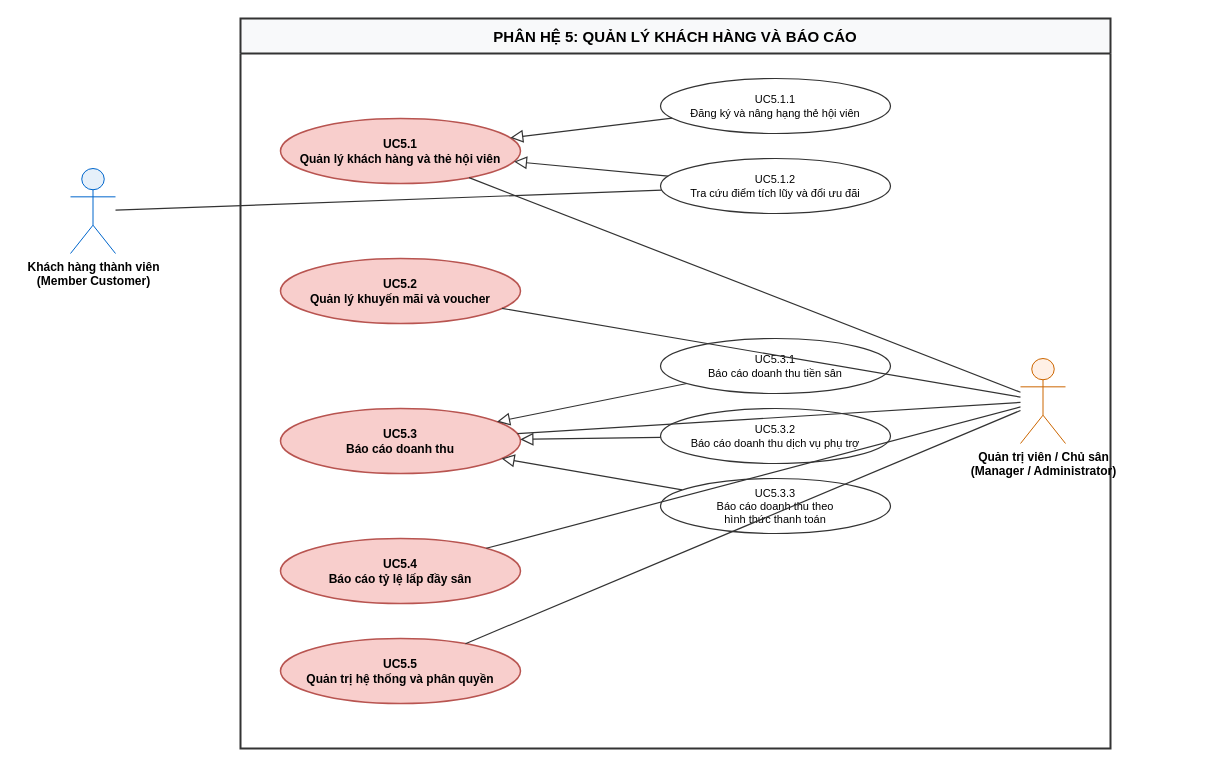
Above: page "05_PH5_KhachHang_BaoCao" (6 of 7) of BTH/BTH3_UsecaseDiagram/DoAn_OOAD_UseCaseDiagram.drawio in nphat-code/DoAn-OOAD-SGU (draw.io), before the change. Source tidied: cells renumbered, new cells numbered last; positions are measured from the earlier drawing's top-left corner, leaving out a move shared by most shapes. Both pictures are drawn from the tidied source at 100%, with x=0, y=0 at pixel (70, 18).
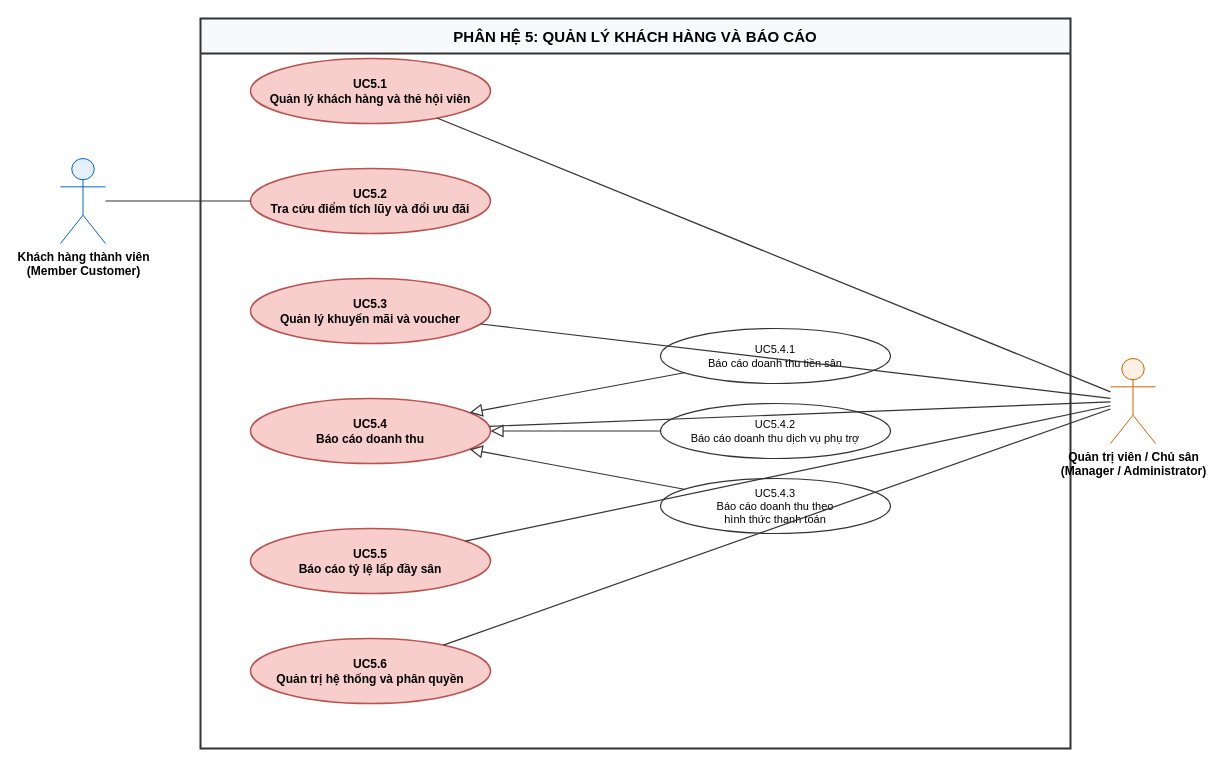
The same page after the edit.

Diff of the diagram source:
```diff
@@
     <mxCell id="2" value="PHÂN HỆ 5: QUẢN LÝ KHÁCH HÀNG VÀ BÁO CÁO" style="swimlane;whiteSpace=wrap;html=1;startSize=35;horizontal=1;fillColor=#f8f9fa;strokeColor=#333333;strokeWidth=2;fontFamily=Helvetica;fontSize=15;fontStyle=1;" parent="1" vertex="1">
-      <mxGeometry x="170" width="870" height="730" as="geometry" />
+      <mxGeometry x="130" width="870" height="730" as="geometry" />
     </mxCell>
     <mxCell id="3" value="Khách hàng thành viên&#10;(Member Customer)" style="shape=umlActor;verticalLabelPosition=bottom;verticalAlign=top;html=1;outlineConnect=0;fontFamily=Helvetica;fontSize=12;fontStyle=1;strokeColor=#0066CC;fillColor=#E6F0FA;" parent="1" vertex="1">
-      <mxGeometry y="150" width="45" height="85" as="geometry" />
+      <mxGeometry x="-10" y="140" width="45" height="85" as="geometry" />
     </mxCell>
     <mxCell id="4" value="Quản trị viên / Chủ sân&#10;(Manager / Administrator)" style="shape=umlActor;verticalLabelPosition=bottom;verticalAlign=top;html=1;outlineConnect=0;fontFamily=Helvetica;fontSize=12;fontStyle=1;strokeColor=#CC6600;fillColor=#FFF0E6;" parent="1" vertex="1">
-      <mxGeometry x="950" y="340" width="45" height="85" as="geometry" />
+      <mxGeometry x="1040" y="340" width="45" height="85" as="geometry" />
     </mxCell>
     <mxCell id="5" value="UC5.1&#10;Quản lý khách hàng và thẻ hội viên" style="ellipse;whiteSpace=wrap;html=1;fillColor=#F8CECC;strokeColor=#B85450;strokeWidth=1.5;fontFamily=Helvetica;fontSize=12;fontStyle=1;" parent="1" vertex="1">
-      <mxGeometry x="210" y="100" width="240" height="65" as="geometry" />
+      <mxGeometry x="180" y="40" width="240" height="65" as="geometry" />
     </mxCell>
-    <mxCell id="6" value="UC5.2&#10;Quản lý khuyến mãi và voucher" style="ellipse;whiteSpace=wrap;html=1;fillColor=#F8CECC;strokeColor=#B85450;strokeWidth=1.5;fontFamily=Helvetica;fontSize=12;fontStyle=1;" parent="1" vertex="1">
-      <mxGeometry x="210" y="240" width="240" height="65" as="geometry" />
+    <mxCell id="6" value="UC5.2&#10;Tra cứu điểm tích lũy và đổi ưu đãi" style="ellipse;whiteSpace=wrap;html=1;fillColor=#F8CECC;strokeColor=#B85450;strokeWidth=1.5;fontFamily=Helvetica;fontSize=12;fontStyle=1;" parent="1" vertex="1">
+      <mxGeometry x="180" y="150" width="240" height="65" as="geometry" />
     </mxCell>
-    <mxCell id="7" value="UC5.3&#10;Báo cáo doanh thu" style="ellipse;whiteSpace=wrap;html=1;fillColor=#F8CECC;strokeColor=#B85450;strokeWidth=1.5;fontFamily=Helvetica;fontSize=12;fontStyle=1;" parent="1" vertex="1">
-      <mxGeometry x="210" y="390" width="240" height="65" as="geometry" />
+    <mxCell id="7" value="UC5.3&#10;Quản lý khuyến mãi và voucher" style="ellipse;whiteSpace=wrap;html=1;fillColor=#F8CECC;strokeColor=#B85450;strokeWidth=1.5;fontFamily=Helvetica;fontSize=12;fontStyle=1;" parent="1" vertex="1">
+      <mxGeometry x="180" y="260" width="240" height="65" as="geometry" />
     </mxCell>
-    <mxCell id="8" value="UC5.4&#10;Báo cáo tỷ lệ lấp đầy sân" style="ellipse;whiteSpace=wrap;html=1;fillColor=#F8CECC;strokeColor=#B85450;strokeWidth=1.5;fontFamily=Helvetica;fontSize=12;fontStyle=1;" parent="1" vertex="1">
-      <mxGeometry x="210" y="520" width="240" height="65" as="geometry" />
+    <mxCell id="8" value="UC5.4&#10;Báo cáo doanh thu" style="ellipse;whiteSpace=wrap;html=1;fillColor=#F8CECC;strokeColor=#B85450;strokeWidth=1.5;fontFamily=Helvetica;fontSize=12;fontStyle=1;" parent="1" vertex="1">
+      <mxGeometry x="180" y="380" width="240" height="65" as="geometry" />
     </mxCell>
-    <mxCell id="9" value="UC5.5&#10;Quản trị hệ thống và phân quyền" style="ellipse;whiteSpace=wrap;html=1;fillColor=#F8CECC;strokeColor=#B85450;strokeWidth=1.5;fontFamily=Helvetica;fontSize=12;fontStyle=1;" parent="1" vertex="1">
-      <mxGeometry x="210" y="620" width="240" height="65" as="geometry" />
+    <mxCell id="9" value="UC5.5&#10;Báo cáo tỷ lệ lấp đầy sân" style="ellipse;whiteSpace=wrap;html=1;fillColor=#F8CECC;strokeColor=#B85450;strokeWidth=1.5;fontFamily=Helvetica;fontSize=12;fontStyle=1;" parent="1" vertex="1">
+      <mxGeometry x="180" y="510" width="240" height="65" as="geometry" />
     </mxCell>
-    <mxCell id="10" value="UC5.1.1&#10;Đăng ký và nâng hạng thẻ hội viên" style="ellipse;whiteSpace=wrap;html=1;fillColor=#FFFFFF;strokeColor=#333333;strokeWidth=1.2;fontFamily=Helvetica;fontSize=11;" parent="1" vertex="1">
-      <mxGeometry x="590" y="60" width="230" height="55" as="geometry" />
-    </mxCell>
-    <mxCell id="11" value="UC5.1.2&#10;Tra cứu điểm tích lũy và đổi ưu đãi" style="ellipse;whiteSpace=wrap;html=1;fillColor=#FFFFFF;strokeColor=#333333;strokeWidth=1.2;fontFamily=Helvetica;fontSize=11;" parent="1" vertex="1">
-      <mxGeometry x="590" y="140" width="230" height="55" as="geometry" />
-    </mxCell>
-    <mxCell id="12" value="UC5.3.1&#10;Báo cáo doanh thu tiền sân" style="ellipse;whiteSpace=wrap;html=1;fillColor=#FFFFFF;strokeColor=#333333;strokeWidth=1.2;fontFamily=Helvetica;fontSize=11;" parent="1" vertex="1">
-      <mxGeometry x="590" y="320" width="230" height="55" as="geometry" />
-    </mxCell>
-    <mxCell id="13" value="UC5.3.2&#10;Báo cáo doanh thu dịch vụ phụ trợ" style="ellipse;whiteSpace=wrap;html=1;fillColor=#FFFFFF;strokeColor=#333333;strokeWidth=1.2;fontFamily=Helvetica;fontSize=11;" parent="1" vertex="1">
-      <mxGeometry x="590" y="390" width="230" height="55" as="geometry" />
-    </mxCell>
-    <mxCell id="14" value="UC5.3.3&#10;Báo cáo doanh thu theo&#10;hình thức thanh toán" style="ellipse;whiteSpace=wrap;html=1;fillColor=#FFFFFF;strokeColor=#333333;strokeWidth=1.2;fontFamily=Helvetica;fontSize=11;" parent="1" vertex="1">
-      <mxGeometry x="590" y="460" width="230" height="55" as="geometry" />
-    </mxCell>
-    <mxCell id="15" style="endArrow=none;html=1;strokeWidth=1.2;strokeColor=#333333;" parent="1" edge="1" source="3" target="11">
-      <mxGeometry relative="1" as="geometry" />
-    </mxCell>
+    <mxCell id="26" value="UC5.6&#10;Quản trị hệ thống và phân quyền" style="ellipse;whiteSpace=wrap;html=1;fillColor=#F8CECC;strokeColor=#B85450;strokeWidth=1.5;fontFamily=Helvetica;fontSize=12;fontStyle=1;" parent="1" vertex="1">
+      <mxGeometry x="180" y="620" width="240" height="65" as="geometry" />
+    </mxCell>
+    <mxCell id="27" value="UC5.4.1&#10;Báo cáo doanh thu tiền sân" style="ellipse;whiteSpace=wrap;html=1;fillColor=#FFFFFF;strokeColor=#333333;strokeWidth=1.2;fontFamily=Helvetica;fontSize=11;" parent="1" vertex="1">
+      <mxGeometry x="590" y="310" width="230" height="55" as="geometry" />
+    </mxCell>
+    <mxCell id="28" value="UC5.4.2&#10;Báo cáo doanh thu dịch vụ phụ trợ" style="ellipse;whiteSpace=wrap;html=1;fillColor=#FFFFFF;strokeColor=#333333;strokeWidth=1.2;fontFamily=Helvetica;fontSize=11;" parent="1" vertex="1">
+      <mxGeometry x="590" y="385" width="230" height="55" as="geometry" />
+    </mxCell>
+    <mxCell id="29" value="UC5.4.3&#10;Báo cáo doanh thu theo&#10;hình thức thanh toán" style="ellipse;whiteSpace=wrap;html=1;fillColor=#FFFFFF;strokeColor=#333333;strokeWidth=1.2;fontFamily=Helvetica;fontSize=11;" parent="1" vertex="1">
+      <mxGeometry x="590" y="460" width="230" height="55" as="geometry" />
+    </mxCell>
+    <mxCell id="30" style="endArrow=none;html=1;strokeWidth=1.2;strokeColor=#333333;" parent="1" edge="1" source="3" target="6">
+      <mxGeometry relative="1" as="geometry" />
+    </mxCell>
@@
-    <mxCell id="17" style="endArrow=none;html=1;strokeWidth=1.2;strokeColor=#333333;" parent="1" edge="1" source="4" target="6">
-      <mxGeometry relative="1" as="geometry" />
-    </mxCell>
@@
-    <mxCell id="21" style="endArrow=block;endFill=0;endSize=10;html=1;strokeWidth=1.2;strokeColor=#333333;" parent="1" edge="1" source="10" target="5">
-      <mxGeometry relative="1" as="geometry" />
-    </mxCell>
-    <mxCell id="22" style="endArrow=block;endFill=0;endSize=10;html=1;strokeWidth=1.2;strokeColor=#333333;" parent="1" edge="1" source="11" target="5">
-      <mxGeometry relative="1" as="geometry" />
-    </mxCell>
-    <mxCell id="23" style="endArrow=block;endFill=0;endSize=10;html=1;strokeWidth=1.2;strokeColor=#333333;" parent="1" edge="1" source="12" target="7">
-      <mxGeometry relative="1" as="geometry" />
-    </mxCell>
-    <mxCell id="24" style="endArrow=block;endFill=0;endSize=10;html=1;strokeWidth=1.2;strokeColor=#333333;" parent="1" edge="1" source="13" target="7">
-      <mxGeometry relative="1" as="geometry" />
-    </mxCell>
-    <mxCell id="25" style="endArrow=block;endFill=0;endSize=10;html=1;strokeWidth=1.2;strokeColor=#333333;" parent="1" edge="1" source="14" target="7">
-      <mxGeometry relative="1" as="geometry" />
-    </mxCell>
+    <mxCell id="31" style="endArrow=none;html=1;strokeWidth=1.2;strokeColor=#333333;" parent="1" edge="1" source="4" target="26">
+      <mxGeometry relative="1" as="geometry" />
+    </mxCell>
+    <mxCell id="32" style="endArrow=block;endFill=0;endSize=10;html=1;strokeWidth=1.2;strokeColor=#333333;" parent="1" edge="1" source="27" target="8">
+      <mxGeometry relative="1" as="geometry" />
+    </mxCell>
+    <mxCell id="33" style="endArrow=block;endFill=0;endSize=10;html=1;strokeWidth=1.2;strokeColor=#333333;" parent="1" edge="1" source="28" target="8">
+      <mxGeometry relative="1" as="geometry" />
+    </mxCell>
+    <mxCell id="34" style="endArrow=block;endFill=0;endSize=10;html=1;strokeWidth=1.2;strokeColor=#333333;" parent="1" edge="1" source="29" target="8">
+      <mxGeometry relative="1" as="geometry" />
+    </mxCell>
```
